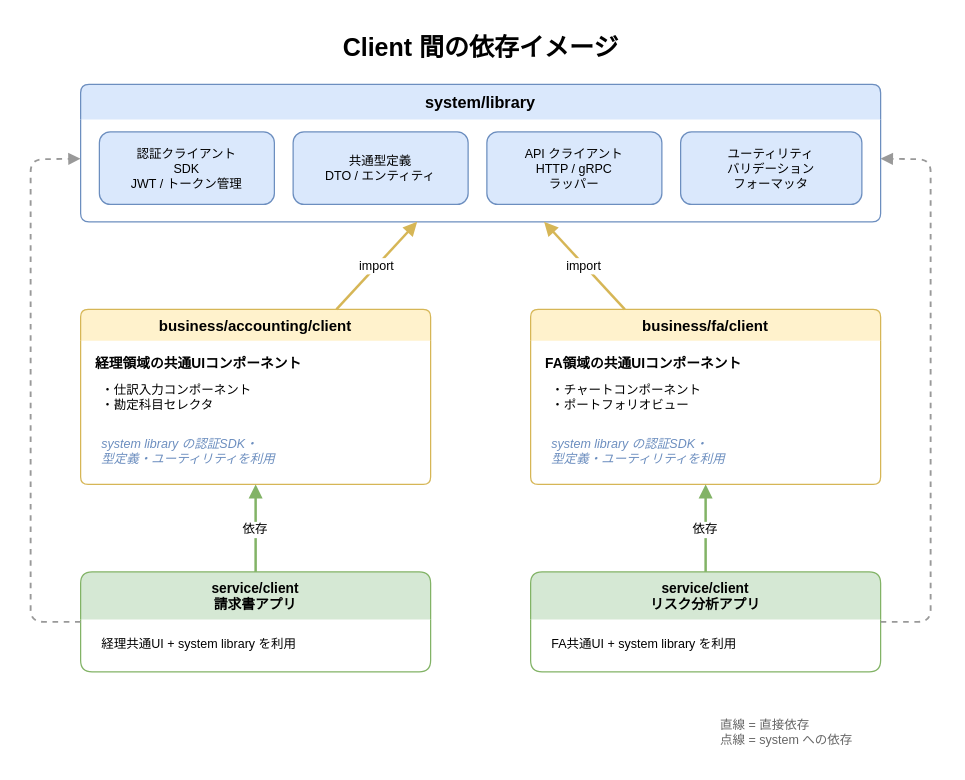
Above: docs/diagrams/client-dependency.drawio in RyuheiKiso/k1s0 (draw.io), before the change. Source tidied: cells renumbered, new cells numbered last; positions are measured from the earlier drawing's top-left corner, leaving out a move shared by most shapes. Both pictures are drawn from the tidied source at 125%, with x=0, y=0 at pixel (30, 21).
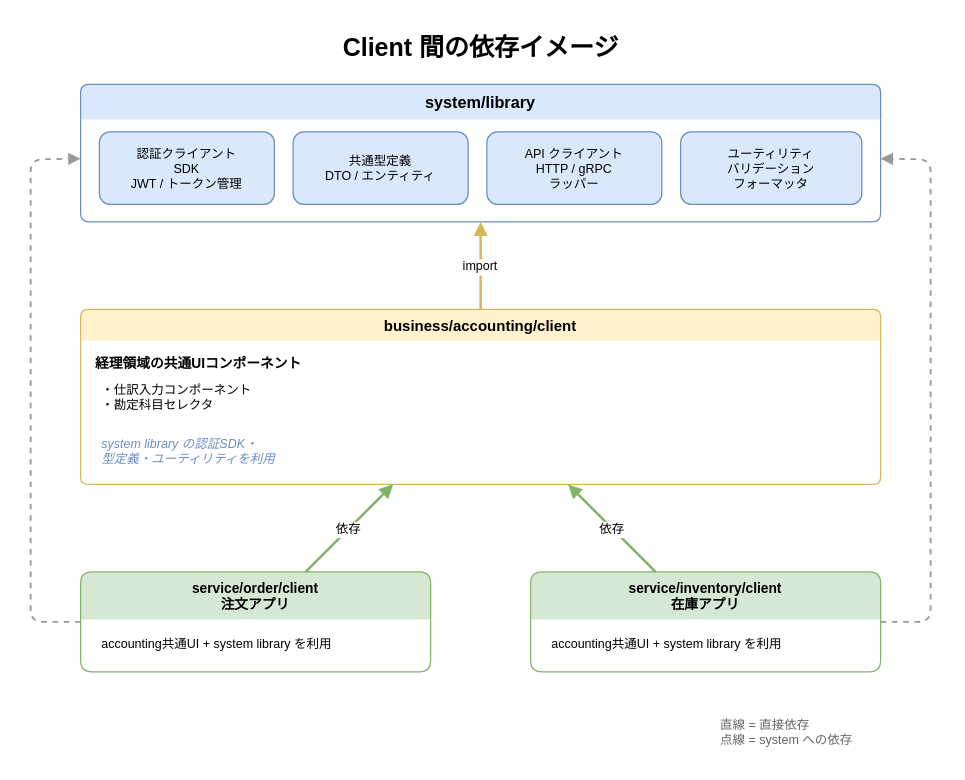
Above is the later version.

The change refers to these unchanged cells:
```xml
<mxCell id="3" value="system/library" style="swimlane;startSize=28;fillColor=#dae8fc;strokeColor=#6c8ebf;rounded=1;arcSize=8;fontStyle=1;fontSize=13;swimlaneLine=0;" parent="1" vertex="1">
  <mxGeometry x="40" y="50" width="640" height="110" as="geometry" />
</mxCell>
```

Diff of the diagram source:
```diff
@@
     <mxCell id="8" value="business/accounting/client" style="swimlane;startSize=25;fillColor=#fff2cc;strokeColor=#d6b656;rounded=1;arcSize=8;fontStyle=1;fontSize=12;swimlaneLine=0;" parent="1" vertex="1">
-      <mxGeometry x="40" y="230" width="280" height="140" as="geometry" />
+      <mxGeometry x="40" y="230" width="640" height="140" as="geometry" />
     </mxCell>
@@
-    <mxCell id="12" value="business/fa/client" style="swimlane;startSize=25;fillColor=#fff2cc;strokeColor=#d6b656;rounded=1;arcSize=8;fontStyle=1;fontSize=12;swimlaneLine=0;" parent="1" vertex="1">
-      <mxGeometry x="400" y="230" width="280" height="140" as="geometry" />
-    </mxCell>
-    <mxCell id="13" value="FA領域の共通UIコンポーネント" style="text;fontSize=11;fontStyle=1;" parent="12" vertex="1">
-      <mxGeometry x="10" y="30" width="260" height="22" as="geometry" />
-    </mxCell>
-    <mxCell id="14" value="・チャートコンポーネント&#10;・ポートフォリオビュー" style="text;fontSize=10;align=left;" parent="12" vertex="1">
-      <mxGeometry x="15" y="52" width="250" height="35" as="geometry" />
-    </mxCell>
-    <mxCell id="15" value="system library の認証SDK・&#10;型定義・ユーティリティを利用" style="text;fontSize=10;fontColor=#6c8ebf;fontStyle=2;align=left;" parent="12" vertex="1">
-      <mxGeometry x="15" y="95" width="250" height="35" as="geometry" />
-    </mxCell>
-    <mxCell id="16" value="service/client&#10;請求書アプリ" style="swimlane;startSize=38;fillColor=#d5e8d4;strokeColor=#82b366;rounded=1;arcSize=8;fontStyle=1;fontSize=11;swimlaneLine=0;" parent="1" vertex="1">
+    <mxCell id="16" value="service/order/client&#10;注文アプリ" style="swimlane;startSize=38;fillColor=#d5e8d4;strokeColor=#82b366;rounded=1;arcSize=8;fontStyle=1;fontSize=11;swimlaneLine=0;" parent="1" vertex="1">
       <mxGeometry x="40" y="440" width="280" height="80" as="geometry" />
     </mxCell>
-    <mxCell id="17" value="経理共通UI + system library を利用" style="text;fontSize=10;align=left;" parent="16" vertex="1">
+    <mxCell id="17" value="accounting共通UI + system library を利用" style="text;fontSize=10;align=left;" parent="16" vertex="1">
       <mxGeometry x="15" y="45" width="250" height="25" as="geometry" />
     </mxCell>
-    <mxCell id="18" value="service/client&#10;リスク分析アプリ" style="swimlane;startSize=38;fillColor=#d5e8d4;strokeColor=#82b366;rounded=1;arcSize=8;fontStyle=1;fontSize=11;swimlaneLine=0;" parent="1" vertex="1">
+    <mxCell id="18" value="service/inventory/client&#10;在庫アプリ" style="swimlane;startSize=38;fillColor=#d5e8d4;strokeColor=#82b366;rounded=1;arcSize=8;fontStyle=1;fontSize=11;swimlaneLine=0;" parent="1" vertex="1">
       <mxGeometry x="400" y="440" width="280" height="80" as="geometry" />
     </mxCell>
-    <mxCell id="19" value="FA共通UI + system library を利用" style="text;fontSize=10;align=left;" parent="18" vertex="1">
+    <mxCell id="19" value="accounting共通UI + system library を利用" style="text;fontSize=10;align=left;" parent="18" vertex="1">
       <mxGeometry x="15" y="45" width="250" height="25" as="geometry" />
     </mxCell>
@@
-    <mxCell id="21" value="import" style="endArrow=block;endFill=1;strokeWidth=2;strokeColor=#d6b656;fontSize=10;" parent="1" edge="1" source="12" target="3">
-      <mxGeometry relative="1" as="geometry" />
-    </mxCell>
@@
-    <mxCell id="23" value="依存" style="endArrow=block;endFill=1;strokeWidth=2;strokeColor=#82b366;fontSize=10;" parent="1" edge="1" source="18" target="12">
+    <mxCell id="23" value="依存" style="endArrow=block;endFill=1;strokeWidth=2;strokeColor=#82b366;fontSize=10;" parent="1" edge="1" source="18" target="8">
       <mxGeometry relative="1" as="geometry" />
     </mxCell>
```
